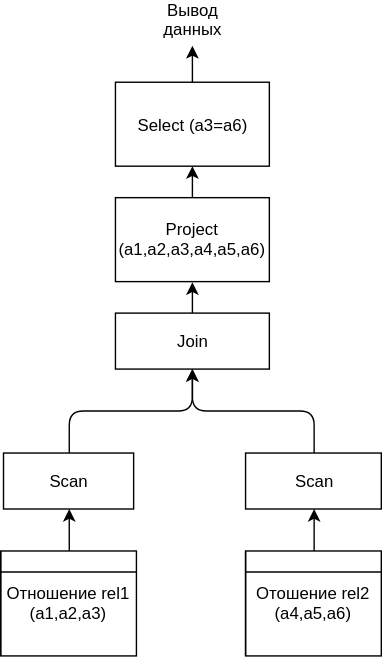
This is img/Join Select Example.svg from vkazanov/sql-interpreters-post, a draw.io export, as it was before one commit. Source tidied: cells renumbered, new cells last; positions are measured from the earlier drawing's top-left corner, leaving out a move shared by most shapes. Its diagram source:
```xml
<mxGraphModel>
  <root>
    <mxCell id="0" />
    <mxCell id="1" parent="0" />
    <mxCell id="2" style="edgeStyle=elbowEdgeStyle;rounded=1;jettySize=auto;html=1;exitX=0.5;exitY=0;exitDx=0;exitDy=0;entryX=0.5;entryY=1;entryDx=0;entryDy=0;elbow=vertical;" parent="1" edge="1" source="3" target="7">
      <mxGeometry relative="1" as="geometry" />
    </mxCell>
    <mxCell id="3" value="Scan" style="rounded=0;whiteSpace=wrap;html=1;" parent="1" vertex="1">
      <mxGeometry x="2" y="320" width="93" height="40" as="geometry" />
    </mxCell>
    <mxCell id="4" style="edgeStyle=elbowEdgeStyle;rounded=1;jettySize=auto;elbow=vertical;html=1;exitX=0.5;exitY=0;exitDx=0;exitDy=0;entryX=0.5;entryY=1;entryDx=0;entryDy=0;" parent="1" edge="1" source="5" target="7">
      <mxGeometry relative="1" as="geometry" />
    </mxCell>
    <mxCell id="5" value="Scan" style="rounded=0;whiteSpace=wrap;html=1;" parent="1" vertex="1">
      <mxGeometry x="175" y="320" width="97" height="40" as="geometry" />
    </mxCell>
    <mxCell id="6" style="edgeStyle=orthogonalEdgeStyle;rounded=1;comic=0;jettySize=auto;html=1;exitX=0.5;exitY=0;exitDx=0;exitDy=0;entryX=0.5;entryY=1;entryDx=0;entryDy=0;" parent="1" edge="1" source="7" target="9">
      <mxGeometry relative="1" as="geometry" />
    </mxCell>
    <mxCell id="7" value="Join" style="rounded=0;whiteSpace=wrap;html=1;" parent="1" vertex="1">
      <mxGeometry x="82" y="220" width="110" height="40" as="geometry" />
    </mxCell>
    <mxCell id="8" style="edgeStyle=orthogonalEdgeStyle;rounded=1;comic=0;jettySize=auto;html=1;exitX=0.5;exitY=0;exitDx=0;exitDy=0;entryX=0.5;entryY=1;entryDx=0;entryDy=0;" parent="1" edge="1" source="9" target="10">
      <mxGeometry relative="1" as="geometry" />
    </mxCell>
    <mxCell id="9" value="Project (a1,a2,a3,a4,a5,a6)" style="rounded=0;whiteSpace=wrap;html=1;" parent="1" vertex="1">
      <mxGeometry x="82" y="137.5" width="110" height="60" as="geometry" />
    </mxCell>
    <mxCell id="10" value="Select (a3=a6)" style="rounded=0;whiteSpace=wrap;html=1;" parent="1" vertex="1">
      <mxGeometry x="82" y="55" width="110" height="60" as="geometry" />
    </mxCell>
    <mxCell id="11" style="edgeStyle=orthogonalEdgeStyle;rounded=1;comic=0;jettySize=auto;html=1;exitX=0.5;exitY=0;exitDx=0;exitDy=0;entryX=0.5;entryY=1;entryDx=0;entryDy=0;" parent="1" edge="1" source="14" target="5">
      <mxGeometry relative="1" as="geometry" />
    </mxCell>
    <mxCell id="12" style="edgeStyle=none;rounded=1;jettySize=auto;html=1;exitX=0.5;exitY=0;exitDx=0;exitDy=0;entryX=0.5;entryY=1;entryDx=0;entryDy=0;" parent="1" edge="1" source="13" target="3">
      <mxGeometry relative="1" as="geometry" />
    </mxCell>
    <mxCell id="13" value="Отношение rel1 (a1,a2,a3)" style="shape=internalStorage;whiteSpace=wrap;html=1;backgroundOutline=1;dx=0;dy=15;" parent="1" vertex="1">
      <mxGeometry y="390" width="97" height="75" as="geometry" />
    </mxCell>
    <mxCell id="14" value="Отошение rel2 (a4,a5,a6)" style="shape=internalStorage;whiteSpace=wrap;html=1;backgroundOutline=1;dx=0;dy=15;" parent="1" vertex="1">
      <mxGeometry x="175" y="390" width="97" height="75" as="geometry" />
    </mxCell>
    <mxCell id="15" value="Вывод данных" style="text;html=1;strokeColor=none;fillColor=none;align=center;verticalAlign=middle;whiteSpace=wrap;rounded=0;" parent="1" vertex="1">
      <mxGeometry x="117" width="40" height="20" as="geometry" />
    </mxCell>
    <mxCell id="16" style="edgeStyle=orthogonalEdgeStyle;rounded=1;comic=0;jettySize=auto;html=1;exitX=0.5;exitY=0;exitDx=0;exitDy=0;entryX=0.51;entryY=1.44;entryDx=0;entryDy=0;entryPerimeter=0;fontSize=20;" parent="1" edge="1" source="10" target="15">
      <mxGeometry relative="1" as="geometry" />
    </mxCell>
  </root>
</mxGraphModel>
```
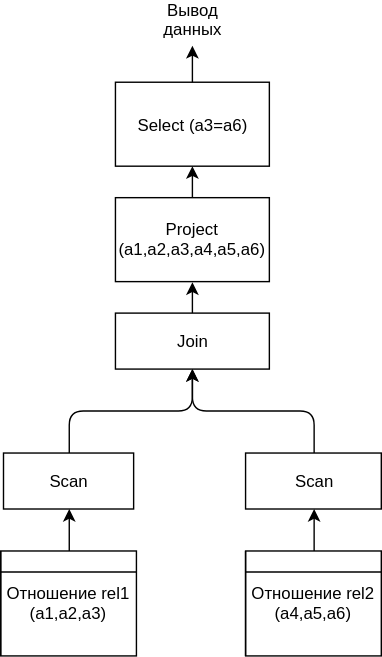
After the change.

Diff of the diagram source:
```diff
@@ -38,7 +38,7 @@
     <mxCell id="13" value="Отношение rel1 (a1,a2,a3)" style="shape=internalStorage;whiteSpace=wrap;html=1;backgroundOutline=1;dx=0;dy=15;" parent="1" vertex="1">
       <mxGeometry y="390" width="97" height="75" as="geometry" />
     </mxCell>
-    <mxCell id="14" value="Отошение rel2 (a4,a5,a6)" style="shape=internalStorage;whiteSpace=wrap;html=1;backgroundOutline=1;dx=0;dy=15;" parent="1" vertex="1">
+    <mxCell id="14" value="Отношение rel2 (a4,a5,a6)" style="shape=internalStorage;whiteSpace=wrap;html=1;backgroundOutline=1;dx=0;dy=15;" parent="1" vertex="1">
       <mxGeometry x="175" y="390" width="97" height="75" as="geometry" />
     </mxCell>
     <mxCell id="15" value="Вывод данных" style="text;html=1;strokeColor=none;fillColor=none;align=center;verticalAlign=middle;whiteSpace=wrap;rounded=0;" parent="1" vertex="1">
```
